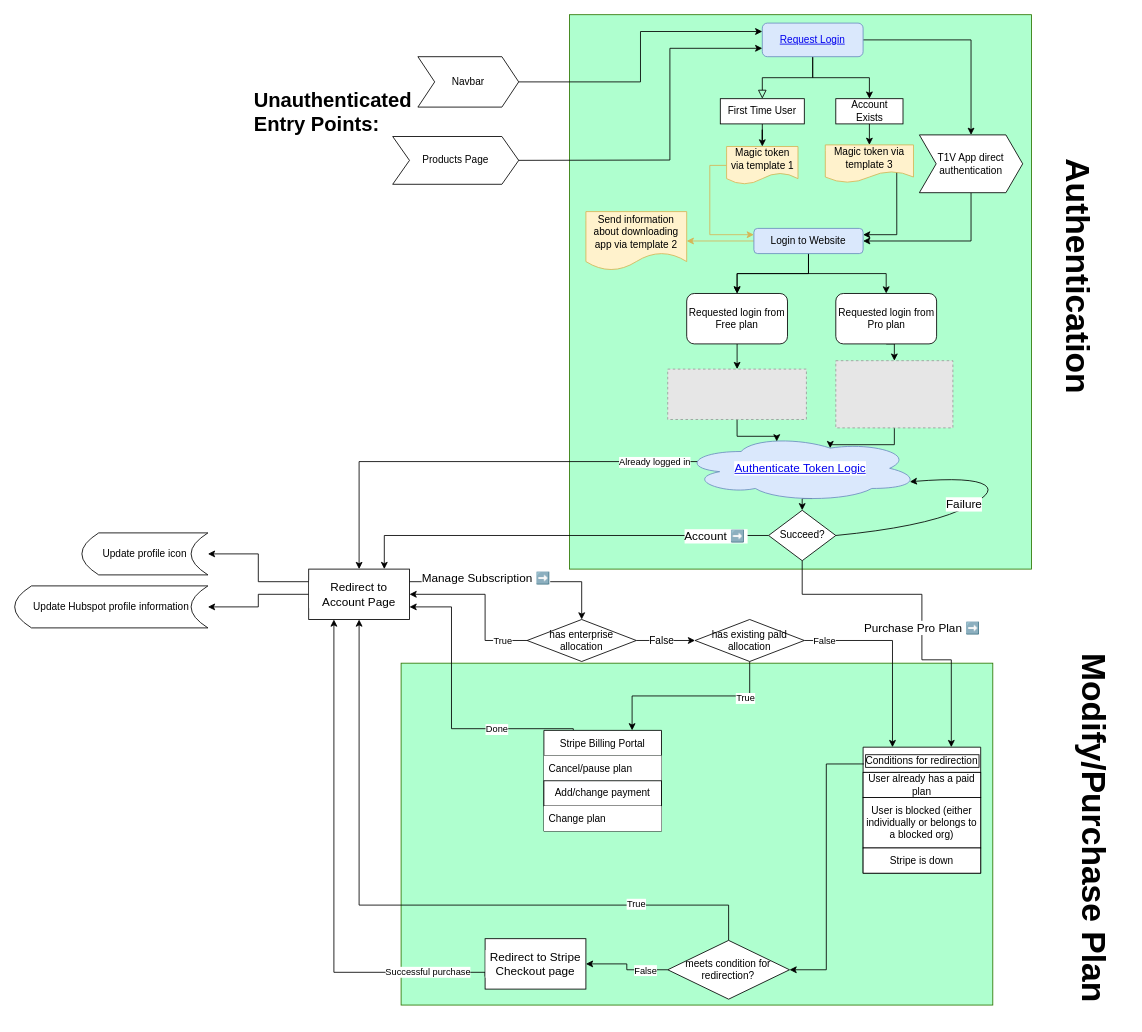
The draw.io diagram page "Login Flow" (1 of 3) of Untitled Diagram.drawio in pbt1v/flowcharts, before the edit. Source tidied: cells renumbered, new cells numbered last; positions are measured from the earlier drawing's top-left corner, leaving out a move shared by most shapes. Both pictures are drawn from the tidied source at 84%, with x=0, y=0 at pixel (14, 14). Pictures stored in the file or linked from it are replaced by grey dashed boxes.
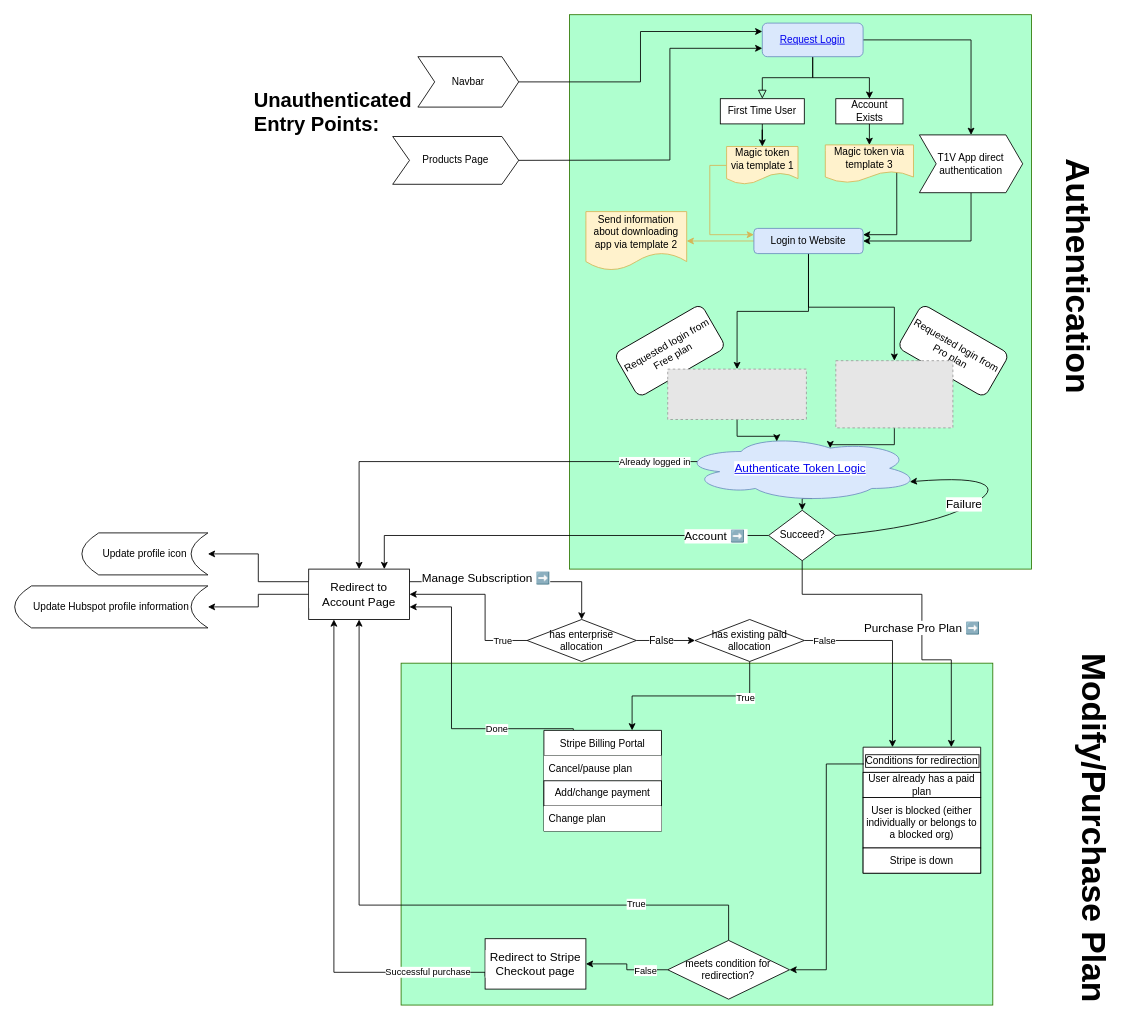
After the change.

The change refers to these unchanged cells:
```xml
<mxCell id="20" value="Login to Website" style="rounded=1;whiteSpace=wrap;html=1;fillColor=#dae8fc;strokeColor=#6c8ebf;" parent="1" vertex="1">
  <mxGeometry x="880" y="254.4" width="130" height="30" as="geometry" />
</mxCell>
<mxCell id="37" style="fillColor=#E6E6E6;strokeColor=#999999;dashed=1;verticalLabelPosition=bottom;labelBackgroundColor=default;verticalAlign=top;" parent="1" vertex="1">
  <mxGeometry x="777.4" y="421.9" width="165.1" height="60" as="geometry" />
</mxCell>
<mxCell id="41" style="fillColor=#E6E6E6;strokeColor=#999999;dashed=1;verticalLabelPosition=bottom;labelBackgroundColor=default;verticalAlign=top;" parent="1" vertex="1">
  <mxGeometry x="977.5" y="411.9" width="139.4" height="80" as="geometry" />
</mxCell>
```

What changed in the source:
```diff
@@
-    <mxCell id="17" style="edgeStyle=orthogonalEdgeStyle;rounded=0;jettySize=auto;html=1;fontSize=14;fontColor=#CE9178;" parent="1" edge="1" source="20" target="25">
-      <mxGeometry relative="1" as="geometry" />
-    </mxCell>
-    <mxCell id="18" style="edgeStyle=orthogonalEdgeStyle;rounded=0;jettySize=auto;html=1;fontSize=14;fontColor=#CE9178;" parent="1" edge="1" source="20" target="25">
-      <mxGeometry relative="1" as="geometry" />
-    </mxCell>
-    <mxCell id="19" style="edgeStyle=orthogonalEdgeStyle;rounded=0;jettySize=auto;html=1;exitX=0.5;exitY=1;exitDx=0;exitDy=0;fontSize=14;fontColor=#000000;" parent="1" edge="1" source="20" target="27">
-      <mxGeometry relative="1" as="geometry" />
-    </mxCell>
+    <mxCell id="87" style="edgeStyle=orthogonalEdgeStyle;rounded=0;jettySize=auto;html=1;exitX=0.5;exitY=1;exitDx=0;exitDy=0;entryX=0.5;entryY=0;entryDx=0;entryDy=0;" parent="1" edge="1" source="20" target="37">
+      <mxGeometry relative="1" as="geometry" />
+    </mxCell>
+    <mxCell id="88" style="edgeStyle=orthogonalEdgeStyle;rounded=0;jettySize=auto;html=1;exitX=0.5;exitY=1;exitDx=0;exitDy=0;" parent="1" edge="1" source="20" target="41">
+      <mxGeometry relative="1" as="geometry" />
+    </mxCell>
@@
-    <mxCell id="24" style="edgeStyle=orthogonalEdgeStyle;rounded=0;jettySize=auto;html=1;exitX=0.5;exitY=1;exitDx=0;exitDy=0;fontSize=14;fontColor=#000000;" parent="1" edge="1" source="25" target="37">
-      <mxGeometry relative="1" as="geometry" />
-    </mxCell>
-    <mxCell id="25" value="Requested login from Free plan" style="whiteSpace=wrap;html=1;rounded=1;" parent="1" vertex="1">
-      <mxGeometry x="800" y="331.9" width="120" height="60" as="geometry" />
+    <mxCell id="25" value="Requested login from Free plan" style="whiteSpace=wrap;html=1;rounded=1;rotation=-30;" parent="1" vertex="1">
+      <mxGeometry x="720" y="370" width="120" height="60" as="geometry" />
     </mxCell>
-    <mxCell id="26" style="edgeStyle=orthogonalEdgeStyle;rounded=0;jettySize=auto;html=1;exitX=0.5;exitY=1;exitDx=0;exitDy=0;entryX=0.5;entryY=0;entryDx=0;entryDy=0;fontSize=14;fontColor=#000000;" parent="1" edge="1" source="27" target="41">
-      <mxGeometry relative="1" as="geometry" />
-    </mxCell>
-    <mxCell id="27" value="Requested login from Pro plan" style="whiteSpace=wrap;html=1;rounded=1;" parent="1" vertex="1">
-      <mxGeometry x="977.5" y="331.9" width="120" height="60" as="geometry" />
+    <mxCell id="27" value="Requested login from Pro plan" style="whiteSpace=wrap;html=1;rounded=1;rotation=30;" parent="1" vertex="1">
+      <mxGeometry x="1057.5" y="370" width="120" height="60" as="geometry" />
     </mxCell>
```
